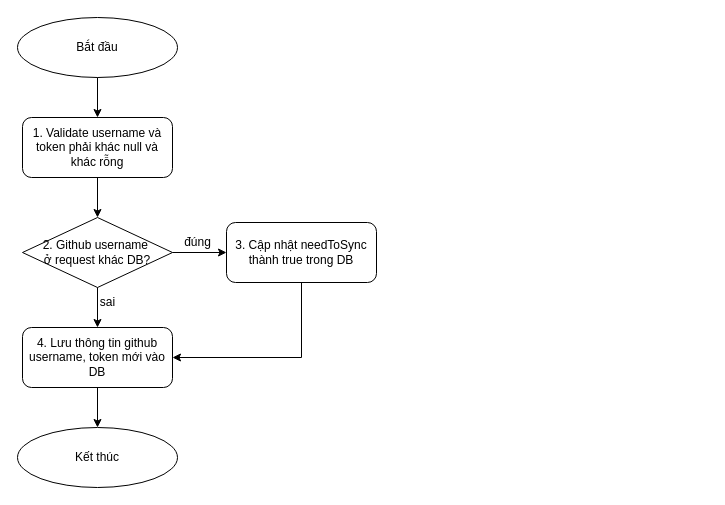
hiep1097/drawio keeps this draw.io diagram as page "sua github user name va token" (7 of 7) of K8SCloudNut.drawio. Above is the earlier version. Source tidied: cells renumbered, new cells numbered last; positions are measured from the earlier drawing's top-left corner, leaving out a move shared by most shapes. Both pictures are drawn from the tidied source at 100%, with x=0, y=0 at pixel (17, 17).
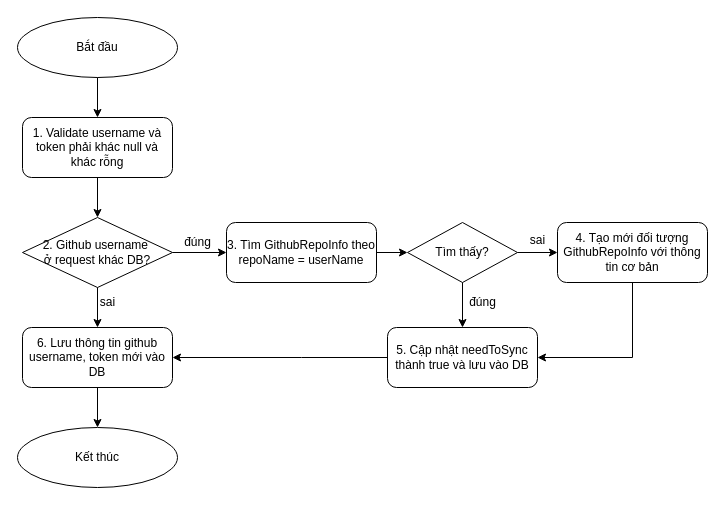
After the change.

Commit message:
Cập nhật K8SCloudNut.drawio

Unchanged cells that the change refers to:
```xml
<mxCell id="9" value="2. Github username&amp;nbsp;&lt;div&gt;ở request khác DB?&lt;/div&gt;" style="rhombus;whiteSpace=wrap;html=1;" parent="1" vertex="1">
  <mxGeometry x="5" y="200" width="150" height="70" as="geometry" />
</mxCell>
```

Diff of the diagram source:
```diff
@@
-    <mxCell id="3" value="4. Lưu thông tin github username, token mới vào DB" style="rounded=1;whiteSpace=wrap;html=1;" parent="1" vertex="1">
+    <mxCell id="3" value="6. Lưu thông tin github username, token mới vào DB" style="rounded=1;whiteSpace=wrap;html=1;" parent="1" vertex="1">
       <mxGeometry x="5" y="310" width="150" height="60" as="geometry" />
     </mxCell>
@@
-    <mxCell id="10" value="3. Cập nhật needToSync thành true trong DB" style="rounded=1;whiteSpace=wrap;html=1;" parent="1" vertex="1">
-      <mxGeometry x="209" y="205" width="150" height="60" as="geometry" />
-    </mxCell>
-    <mxCell id="11" style="endArrow=classic;html=1;rounded=0;" parent="1" edge="1" source="9" target="10">
-      <mxGeometry relative="1" as="geometry" />
+    <mxCell id="11" style="endArrow=classic;html=1;rounded=0;" parent="1" edge="1" source="9">
+      <mxGeometry relative="1" as="geometry">
+        <mxPoint x="209" y="235" as="targetPoint" />
+      </mxGeometry>
     </mxCell>
-    <mxCell id="12" style="endArrow=classic;html=1;rounded=0;" parent="1" edge="1" source="10" target="3">
+    <mxCell id="12" style="endArrow=classic;html=1;rounded=0;" parent="1" edge="1" source="16" target="3">
       <mxGeometry relative="1" as="geometry">
         <Array as="points">
           <mxPoint x="284" y="340" />
         </Array>
       </mxGeometry>
     </mxCell>
@@
+    <mxCell id="16" value="5. Cập nhật needToSync thành true và lưu vào DB" style="rounded=1;whiteSpace=wrap;html=1;" parent="1" vertex="1">
+      <mxGeometry x="370" y="310" width="150" height="60" as="geometry" />
+    </mxCell>
+    <mxCell id="17" value="Tìm thấy?" style="rhombus;whiteSpace=wrap;html=1;" parent="1" vertex="1">
+      <mxGeometry x="390" y="205" width="110" height="60" as="geometry" />
+    </mxCell>
+    <mxCell id="18" value="3. Tìm GithubRepoInfo theo repoName = userName" style="rounded=1;whiteSpace=wrap;html=1;" parent="1" vertex="1">
+      <mxGeometry x="209" y="205" width="150" height="60" as="geometry" />
+    </mxCell>
+    <mxCell id="19" value="4. Tạo mới đối tượng GithubRepoInfo với thông tin cơ bản" style="rounded=1;whiteSpace=wrap;html=1;" parent="1" vertex="1">
+      <mxGeometry x="540" y="205" width="150" height="60" as="geometry" />
+    </mxCell>
+    <mxCell id="20" style="endArrow=classic;html=1;rounded=0;" parent="1" edge="1" source="18" target="17">
+      <mxGeometry relative="1" as="geometry" />
+    </mxCell>
+    <mxCell id="21" style="endArrow=classic;html=1;rounded=0;" parent="1" edge="1" source="17" target="19">
+      <mxGeometry relative="1" as="geometry" />
+    </mxCell>
+    <mxCell id="22" style="endArrow=classic;html=1;rounded=0;" parent="1" edge="1" source="19" target="16">
+      <mxGeometry relative="1" as="geometry">
+        <Array as="points">
+          <mxPoint x="615" y="340" />
+        </Array>
+      </mxGeometry>
+    </mxCell>
+    <mxCell id="23" style="endArrow=classic;html=1;rounded=0;" parent="1" edge="1" source="17" target="16">
+      <mxGeometry relative="1" as="geometry" />
+    </mxCell>
+    <mxCell id="24" value="sai" style="text;html=1;align=center;verticalAlign=middle;strokeColor=none;fillColor=none;" parent="1" vertex="1">
+      <mxGeometry x="500" y="208" width="40" height="30" as="geometry" />
+    </mxCell>
+    <mxCell id="25" value="đúng" style="text;html=1;align=center;verticalAlign=middle;strokeColor=none;fillColor=none;" parent="1" vertex="1">
+      <mxGeometry x="440" y="270" width="50" height="30" as="geometry" />
+    </mxCell>
```
